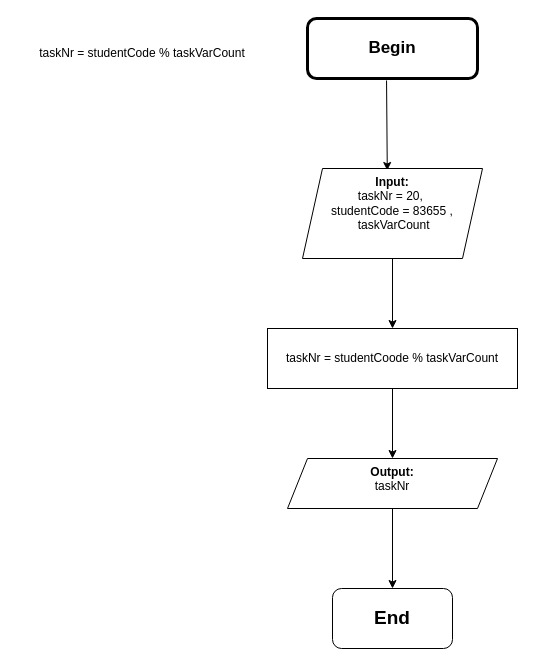
Earlier version of the draw.io diagram Untitled Diagram.drawio (DizzyWaters/Lab2). Source tidied: cells renumbered, new cells numbered last; positions are measured from the earlier drawing's top-left corner, leaving out a move shared by most shapes. Both pictures are drawn from the tidied source at 100%, with x=0, y=0 at pixel (17, 18).
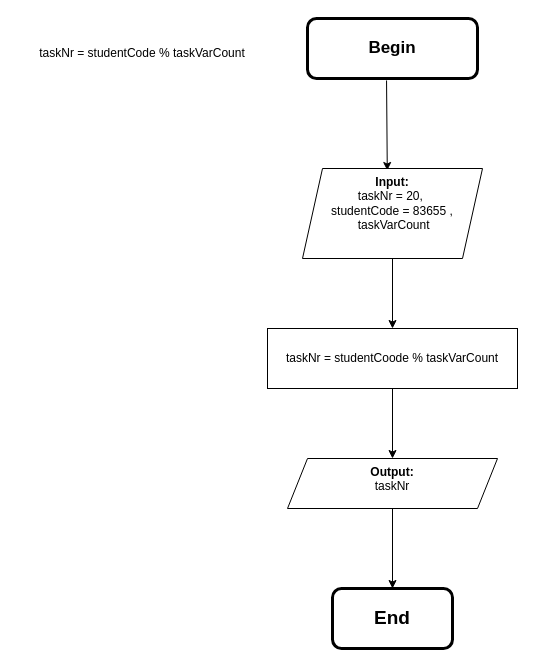
The same diagram, later.

Diff of the diagram source:
```diff
@@
 <mxGraphModel>
   <root>
     <mxCell id="0" />
     <mxCell id="1" parent="0" />
     <mxCell id="2" value="Begin" style="rounded=1;whiteSpace=wrap;html=1;strokeWidth=3;fontStyle=1;fontSize=17;" parent="1" vertex="1">
       <mxGeometry x="290" width="170" height="60" as="geometry" />
     </mxCell>
     <mxCell id="3" value="taskNr = studentCode % taskVarCount" style="text;html=1;strokeColor=none;fillColor=none;align=center;verticalAlign=middle;whiteSpace=wrap;rounded=0;" parent="1" vertex="1">
       <mxGeometry y="10" width="250" height="50" as="geometry" />
     </mxCell>
     <mxCell id="4" style="endArrow=classic;html=1;rounded=0;exitX=0.465;exitY=1.033;exitDx=0;exitDy=0;exitPerimeter=0;entryX=0.471;entryY=0.022;entryDx=0;entryDy=0;entryPerimeter=0;" parent="1" edge="1" source="2" target="5">
       <mxGeometry relative="1" as="geometry" />
     </mxCell>
     <mxCell id="5" value="&lt;div style=&quot;&quot;&gt;&lt;b&gt;Input:&lt;/b&gt;&lt;/div&gt;&lt;div style=&quot;&quot;&gt;&lt;span style=&quot;background-color: initial;&quot;&gt;taskNr = 20,&amp;nbsp;&lt;/span&gt;&lt;/div&gt;&lt;div style=&quot;&quot;&gt;&lt;span style=&quot;background-color: initial;&quot;&gt;studentCode = 83655 ,&lt;/span&gt;&lt;/div&gt;&lt;div style=&quot;&quot;&gt;&lt;span style=&quot;background-color: initial;&quot;&gt;&amp;nbsp;taskVarCount&lt;/span&gt;&lt;/div&gt;" style="shape=parallelogram;perimeter=parallelogramPerimeter;whiteSpace=wrap;html=1;fixedSize=1;align=center;horizontal=1;verticalAlign=top;" parent="1" vertex="1">
       <mxGeometry x="285" y="150" width="180" height="90" as="geometry" />
     </mxCell>
     <mxCell id="6" style="endArrow=classic;html=1;rounded=0;exitX=0.5;exitY=1;exitDx=0;exitDy=0;" parent="1" edge="1" source="5" target="7">
       <mxGeometry relative="1" as="geometry" />
     </mxCell>
     <mxCell id="7" value="taskNr = studentCoode % taskVarCount" style="rounded=0;whiteSpace=wrap;html=1;" parent="1" vertex="1">
       <mxGeometry x="250" y="310" width="250" height="60" as="geometry" />
     </mxCell>
     <mxCell id="8" value="&lt;b&gt;Output:&lt;/b&gt;&lt;br&gt;taskNr" style="shape=parallelogram;perimeter=parallelogramPerimeter;whiteSpace=wrap;html=1;fixedSize=1;verticalAlign=top;" parent="1" vertex="1">
       <mxGeometry x="270" y="440" width="210" height="50" as="geometry" />
     </mxCell>
     <mxCell id="9" style="endArrow=classic;html=1;rounded=0;exitX=0.5;exitY=1;exitDx=0;exitDy=0;entryX=0.5;entryY=0;entryDx=0;entryDy=0;" parent="1" edge="1" source="7" target="8">
       <mxGeometry relative="1" as="geometry" />
     </mxCell>
-    <mxCell id="10" value="End" style="rounded=1;whiteSpace=wrap;html=1;fontStyle=1;fontSize=19;" parent="1" vertex="1">
+    <mxCell id="10" value="End" style="rounded=1;whiteSpace=wrap;html=1;fontStyle=1;fontSize=19;strokeWidth=3;" parent="1" vertex="1">
       <mxGeometry x="315" y="570" width="120" height="60" as="geometry" />
     </mxCell>
     <mxCell id="11" style="endArrow=classic;html=1;rounded=0;exitX=0.5;exitY=1;exitDx=0;exitDy=0;entryX=0.5;entryY=0;entryDx=0;entryDy=0;" parent="1" edge="1" source="8" target="10">
       <mxGeometry relative="1" as="geometry" />
     </mxCell>
   </root>
 </mxGraphModel>
```
